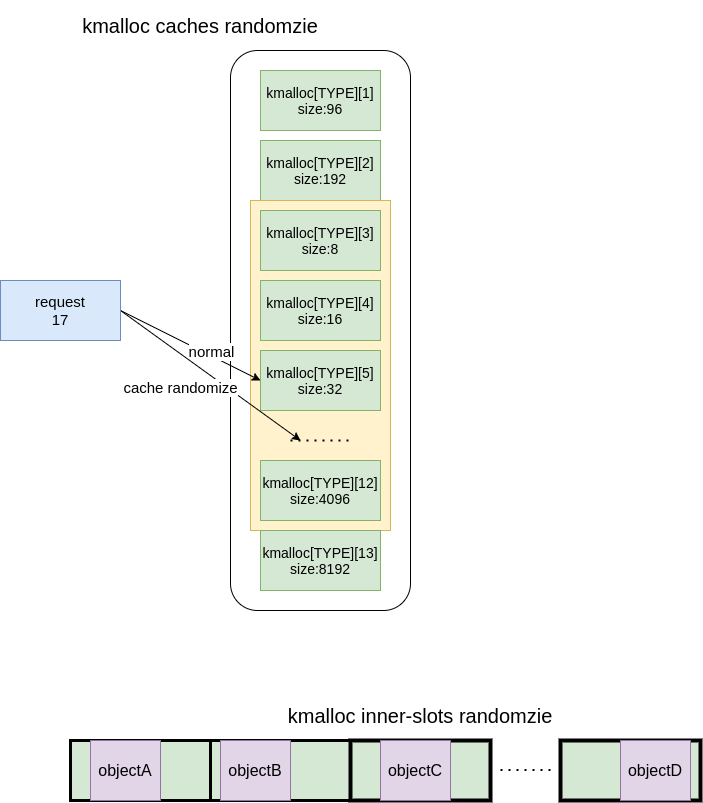
Before: kmalloc-randomize-graph.png, a diagram exported from draw.io (purplewall1206/kmalloc-object-randomize). Source tidied: cells renumbered, new cells last; positions are measured from the earlier drawing's top-left corner, leaving out a move shared by most shapes.
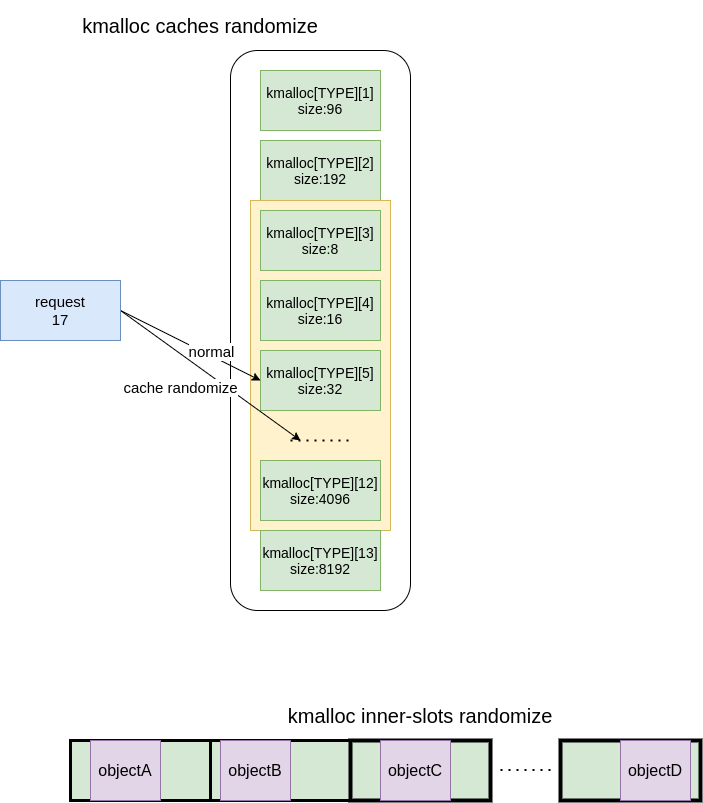
Later version of the same file.

Diff of the diagram source:
```diff
@@ -72,7 +72,7 @@
         <mxPoint x="550" y="769.5" as="targetPoint" />
       </mxGeometry>
     </mxCell>
-    <mxCell id="22" value="&lt;font style=&quot;font-size: 20px&quot;&gt;kmalloc inner-slots randomzie&lt;/font&gt;" style="text;html=1;strokeColor=none;fillColor=none;align=center;verticalAlign=middle;whiteSpace=wrap;rounded=0;" parent="1" vertex="1">
+    <mxCell id="22" value="&lt;font style=&quot;font-size: 20px&quot;&gt;kmalloc inner-slots randomize&lt;/font&gt;" style="text;html=1;strokeColor=none;fillColor=none;align=center;verticalAlign=middle;whiteSpace=wrap;rounded=0;" parent="1" vertex="1">
       <mxGeometry x="240" y="690" width="360" height="50" as="geometry" />
     </mxCell>
     <mxCell id="23" value="&lt;font style=&quot;font-size: 16px&quot;&gt;objectA&lt;/font&gt;" style="rounded=0;whiteSpace=wrap;html=1;fillColor=#e1d5e7;strokeColor=#9673a6;" parent="1" vertex="1">
@@ -87,7 +87,7 @@
     <mxCell id="26" value="&lt;font style=&quot;font-size: 16px&quot;&gt;objectD&lt;/font&gt;" style="rounded=0;whiteSpace=wrap;html=1;fillColor=#e1d5e7;strokeColor=#9673a6;" parent="1" vertex="1">
       <mxGeometry x="620" y="740" width="70" height="60" as="geometry" />
     </mxCell>
-    <mxCell id="27" value="&lt;font style=&quot;font-size: 20px&quot;&gt;kmalloc caches randomzie&lt;/font&gt;" style="text;html=1;strokeColor=none;fillColor=none;align=center;verticalAlign=middle;whiteSpace=wrap;rounded=0;" parent="1" vertex="1">
+    <mxCell id="27" value="&lt;font style=&quot;font-size: 20px&quot;&gt;kmalloc caches randomize&lt;/font&gt;" style="text;html=1;strokeColor=none;fillColor=none;align=center;verticalAlign=middle;whiteSpace=wrap;rounded=0;" parent="1" vertex="1">
       <mxGeometry x="20" width="360" height="50" as="geometry" />
     </mxCell>
   </root>
```
